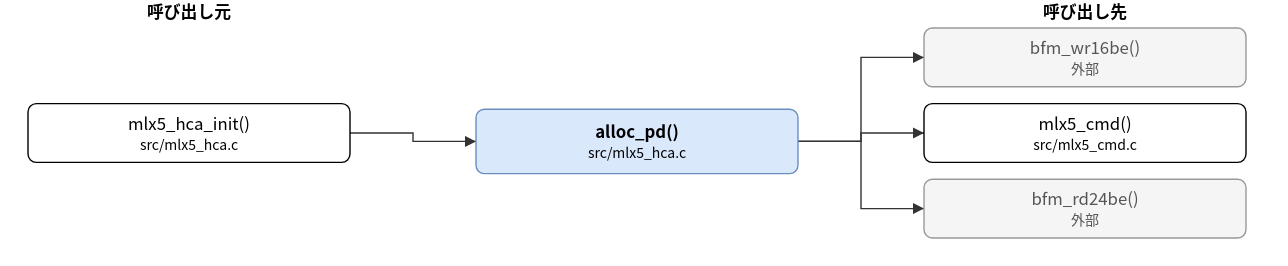
The draw.io diagram doc/spec/images/call_src_mlx5_hca-alloc_pd.drawio.svg in hf355051012-ai/bfmem, before a commit. Source tidied: cells renumbered, new cells last; positions are measured from the earlier drawing's top-left corner, leaving out a move shared by most shapes. Source of this version:
```xml
<mxGraphModel>
  <root>
    <mxCell id="0" />
    <mxCell id="1" parent="0" />
    <mxCell id="2" value="alloc_pd()&lt;br&gt;&lt;font style=&quot;font-size:10px&quot;&gt;src/mlx5_hca.c&lt;/font&gt;" style="rounded=1;whiteSpace=wrap;html=1;fillColor=#dae8fc;strokeColor=#6c8ebf;fontStyle=1;" parent="1" vertex="1">
      <mxGeometry x="320" y="78" width="230" height="46" as="geometry" />
    </mxCell>
    <mxCell id="3" value="mlx5_hca_init()&lt;br&gt;&lt;font style=&quot;font-size:10px&quot;&gt;src/mlx5_hca.c&lt;/font&gt;" style="rounded=1;whiteSpace=wrap;html=1;" parent="1" vertex="1">
      <mxGeometry y="74" width="230" height="42" as="geometry" />
    </mxCell>
    <mxCell id="4" value="bfm_wr16be()&lt;br&gt;&lt;font style=&quot;font-size:10px&quot;&gt;外部&lt;/font&gt;" style="rounded=1;whiteSpace=wrap;html=1;fillColor=#f5f5f5;strokeColor=#999999;fontColor=#555555;" parent="1" vertex="1">
      <mxGeometry x="640" y="20" width="230" height="42" as="geometry" />
    </mxCell>
    <mxCell id="5" value="mlx5_cmd()&lt;br&gt;&lt;font style=&quot;font-size:10px&quot;&gt;src/mlx5_cmd.c&lt;/font&gt;" style="rounded=1;whiteSpace=wrap;html=1;" parent="1" vertex="1">
      <mxGeometry x="640" y="74" width="230" height="42" as="geometry" />
    </mxCell>
    <mxCell id="6" value="bfm_rd24be()&lt;br&gt;&lt;font style=&quot;font-size:10px&quot;&gt;外部&lt;/font&gt;" style="rounded=1;whiteSpace=wrap;html=1;fillColor=#f5f5f5;strokeColor=#999999;fontColor=#555555;" parent="1" vertex="1">
      <mxGeometry x="640" y="128" width="230" height="42" as="geometry" />
    </mxCell>
    <mxCell id="7" style="edgeStyle=none;html=1;rounded=0;endArrow=block;endFill=1;exitX=1.0000;exitY=0.5000;exitDx=0;exitDy=0;exitPerimeter=0;entryX=0.0000;entryY=0.5000;entryDx=0;entryDy=0;entryPerimeter=0;" parent="1" edge="1" source="3" target="2">
      <mxGeometry relative="1" as="geometry">
        <Array as="points">
          <mxPoint x="275" y="95" />
          <mxPoint x="275" y="101" />
        </Array>
      </mxGeometry>
    </mxCell>
    <mxCell id="8" style="edgeStyle=none;html=1;rounded=0;endArrow=block;endFill=1;exitX=1.0000;exitY=0.5000;exitDx=0;exitDy=0;exitPerimeter=0;entryX=0.0000;entryY=0.5000;entryDx=0;entryDy=0;entryPerimeter=0;" parent="1" edge="1" source="2" target="4">
      <mxGeometry relative="1" as="geometry">
        <Array as="points">
          <mxPoint x="595" y="101" />
          <mxPoint x="595" y="41" />
        </Array>
      </mxGeometry>
    </mxCell>
    <mxCell id="9" style="edgeStyle=none;html=1;rounded=0;endArrow=block;endFill=1;exitX=1.0000;exitY=0.5000;exitDx=0;exitDy=0;exitPerimeter=0;entryX=0.0000;entryY=0.5000;entryDx=0;entryDy=0;entryPerimeter=0;" parent="1" edge="1" source="2" target="5">
      <mxGeometry relative="1" as="geometry">
        <Array as="points">
          <mxPoint x="595" y="101" />
          <mxPoint x="595" y="95" />
        </Array>
      </mxGeometry>
    </mxCell>
    <mxCell id="10" style="edgeStyle=none;html=1;rounded=0;endArrow=block;endFill=1;exitX=1.0000;exitY=0.5000;exitDx=0;exitDy=0;exitPerimeter=0;entryX=0.0000;entryY=0.5000;entryDx=0;entryDy=0;entryPerimeter=0;" parent="1" edge="1" source="2" target="6">
      <mxGeometry relative="1" as="geometry">
        <Array as="points">
          <mxPoint x="595" y="101" />
          <mxPoint x="595" y="149" />
        </Array>
      </mxGeometry>
    </mxCell>
    <mxCell id="11" value="呼び出し元" style="text;html=1;align=center;fontStyle=1;" parent="1" vertex="1">
      <mxGeometry x="35" width="160" height="18" as="geometry" />
    </mxCell>
    <mxCell id="12" value="呼び出し先" style="text;html=1;align=center;fontStyle=1;" parent="1" vertex="1">
      <mxGeometry x="675" width="160" height="18" as="geometry" />
    </mxCell>
  </root>
</mxGraphModel>
```
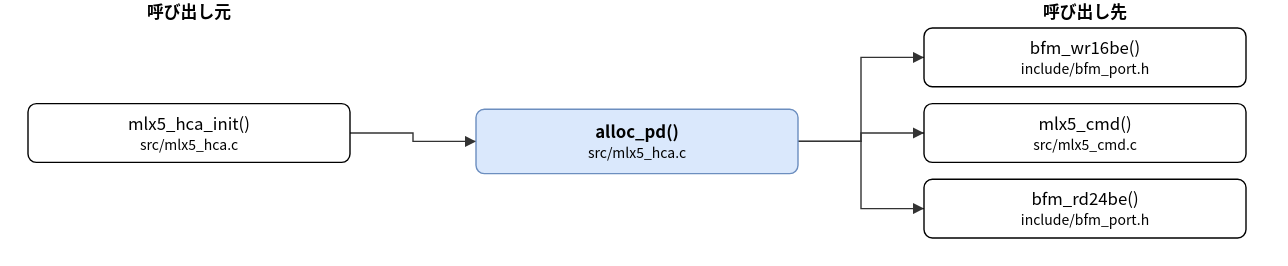
After the change.

Diff of the diagram source:
```diff
@@ -8,13 +8,13 @@
     <mxCell id="3" value="mlx5_hca_init()&lt;br&gt;&lt;font style=&quot;font-size:10px&quot;&gt;src/mlx5_hca.c&lt;/font&gt;" style="rounded=1;whiteSpace=wrap;html=1;" parent="1" vertex="1">
       <mxGeometry y="74" width="230" height="42" as="geometry" />
     </mxCell>
-    <mxCell id="4" value="bfm_wr16be()&lt;br&gt;&lt;font style=&quot;font-size:10px&quot;&gt;外部&lt;/font&gt;" style="rounded=1;whiteSpace=wrap;html=1;fillColor=#f5f5f5;strokeColor=#999999;fontColor=#555555;" parent="1" vertex="1">
+    <mxCell id="4" value="bfm_wr16be()&lt;br&gt;&lt;font style=&quot;font-size:10px&quot;&gt;include/bfm_port.h&lt;/font&gt;" style="rounded=1;whiteSpace=wrap;html=1;" parent="1" vertex="1">
       <mxGeometry x="640" y="20" width="230" height="42" as="geometry" />
     </mxCell>
     <mxCell id="5" value="mlx5_cmd()&lt;br&gt;&lt;font style=&quot;font-size:10px&quot;&gt;src/mlx5_cmd.c&lt;/font&gt;" style="rounded=1;whiteSpace=wrap;html=1;" parent="1" vertex="1">
       <mxGeometry x="640" y="74" width="230" height="42" as="geometry" />
     </mxCell>
-    <mxCell id="6" value="bfm_rd24be()&lt;br&gt;&lt;font style=&quot;font-size:10px&quot;&gt;外部&lt;/font&gt;" style="rounded=1;whiteSpace=wrap;html=1;fillColor=#f5f5f5;strokeColor=#999999;fontColor=#555555;" parent="1" vertex="1">
+    <mxCell id="6" value="bfm_rd24be()&lt;br&gt;&lt;font style=&quot;font-size:10px&quot;&gt;include/bfm_port.h&lt;/font&gt;" style="rounded=1;whiteSpace=wrap;html=1;" parent="1" vertex="1">
       <mxGeometry x="640" y="128" width="230" height="42" as="geometry" />
     </mxCell>
     <mxCell id="7" style="edgeStyle=none;html=1;rounded=0;endArrow=block;endFill=1;exitX=1.0000;exitY=0.5000;exitDx=0;exitDy=0;exitPerimeter=0;entryX=0.0000;entryY=0.5000;entryDx=0;entryDy=0;entryPerimeter=0;" parent="1" edge="1" source="3" target="2">
```
